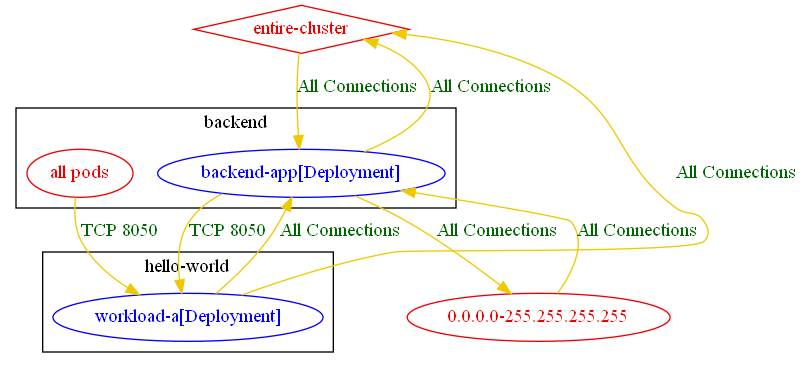
Before: test_outputs/connlist/exposure_test_conn_to_all_pods_in_an_existing_ns_with_ns_selector_only_connlist_output.dot.png, a diagram exported from Graphviz (np-guard/netpol-analyzer). Its source is kept beside it as test_outputs/connlist/exposure_test_conn_to_all_pods_in_an_existing_ns_with_ns_selector_only_connlist_output.dot. The source it was exported from:
```dot
digraph {
	subgraph "cluster_backend" {
		color="black"
		fontcolor="black"
		"all pods_in_backend" [label="all pods" color="red2" fontcolor="red2"]
		"backend/backend-app[Deployment]" [label="backend-app[Deployment]" color="blue" fontcolor="blue"]
		label="backend"
	}
	subgraph "cluster_hello_world" {
		color="black"
		fontcolor="black"
		"hello-world/workload-a[Deployment]" [label="workload-a[Deployment]" color="blue" fontcolor="blue"]
		label="hello-world"
	}
	"0.0.0.0-255.255.255.255" [label="0.0.0.0-255.255.255.255" color="red2" fontcolor="red2"]
	"entire-cluster" [label="entire-cluster" color="red2" fontcolor="red2" shape=diamond]
	"0.0.0.0-255.255.255.255" -> "backend/backend-app[Deployment]" [label="All Connections" color="gold2" fontcolor="darkgreen"]
	"all pods_in_backend" -> "hello-world/workload-a[Deployment]" [label="TCP 8050" color="gold2" fontcolor="darkgreen" weight=1]
	"backend/backend-app[Deployment]" -> "0.0.0.0-255.255.255.255" [label="All Connections" color="gold2" fontcolor="darkgreen"]
	"backend/backend-app[Deployment]" -> "entire-cluster" [label="All Connections" color="gold2" fontcolor="darkgreen" weight=0.5]
	"backend/backend-app[Deployment]" -> "hello-world/workload-a[Deployment]" [label="TCP 8050" color="gold2" fontcolor="darkgreen"]
	"entire-cluster" -> "backend/backend-app[Deployment]" [label="All Connections" color="gold2" fontcolor="darkgreen" weight=1]
	"hello-world/workload-a[Deployment]" -> "backend/backend-app[Deployment]" [label="All Connections" color="gold2" fontcolor="darkgreen"]
	"hello-world/workload-a[Deployment]" -> "entire-cluster" [label="All Connections" color="gold2" fontcolor="darkgreen" weight=0.5]
}
```
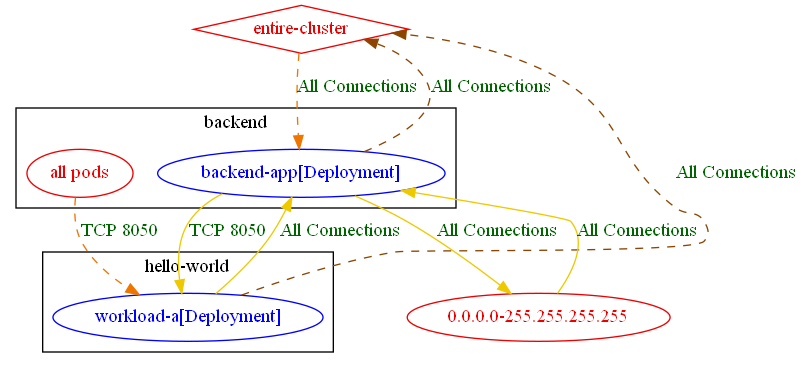
The same diagram one commit later.

Diff of the diagram source:
```diff
@@ -15,11 +15,11 @@
 	"0.0.0.0-255.255.255.255" [label="0.0.0.0-255.255.255.255" color="red2" fontcolor="red2"]
 	"entire-cluster" [label="entire-cluster" color="red2" fontcolor="red2" shape=diamond]
 	"0.0.0.0-255.255.255.255" -> "backend/backend-app[Deployment]" [label="All Connections" color="gold2" fontcolor="darkgreen"]
-	"all pods_in_backend" -> "hello-world/workload-a[Deployment]" [label="TCP 8050" color="gold2" fontcolor="darkgreen" weight=1]
+	"all pods_in_backend" -> "hello-world/workload-a[Deployment]" [label="TCP 8050" color="darkorange2" fontcolor="darkgreen" weight=1 style=dashed]
 	"backend/backend-app[Deployment]" -> "0.0.0.0-255.255.255.255" [label="All Connections" color="gold2" fontcolor="darkgreen"]
-	"backend/backend-app[Deployment]" -> "entire-cluster" [label="All Connections" color="gold2" fontcolor="darkgreen" weight=0.5]
+	"backend/backend-app[Deployment]" -> "entire-cluster" [label="All Connections" color="darkorange4" fontcolor="darkgreen" weight=0.5 style=dashed]
 	"backend/backend-app[Deployment]" -> "hello-world/workload-a[Deployment]" [label="TCP 8050" color="gold2" fontcolor="darkgreen"]
-	"entire-cluster" -> "backend/backend-app[Deployment]" [label="All Connections" color="gold2" fontcolor="darkgreen" weight=1]
+	"entire-cluster" -> "backend/backend-app[Deployment]" [label="All Connections" color="darkorange2" fontcolor="darkgreen" weight=1 style=dashed]
 	"hello-world/workload-a[Deployment]" -> "backend/backend-app[Deployment]" [label="All Connections" color="gold2" fontcolor="darkgreen"]
-	"hello-world/workload-a[Deployment]" -> "entire-cluster" [label="All Connections" color="gold2" fontcolor="darkgreen" weight=0.5]
+	"hello-world/workload-a[Deployment]" -> "entire-cluster" [label="All Connections" color="darkorange4" fontcolor="darkgreen" weight=0.5 style=dashed]
 }
```
